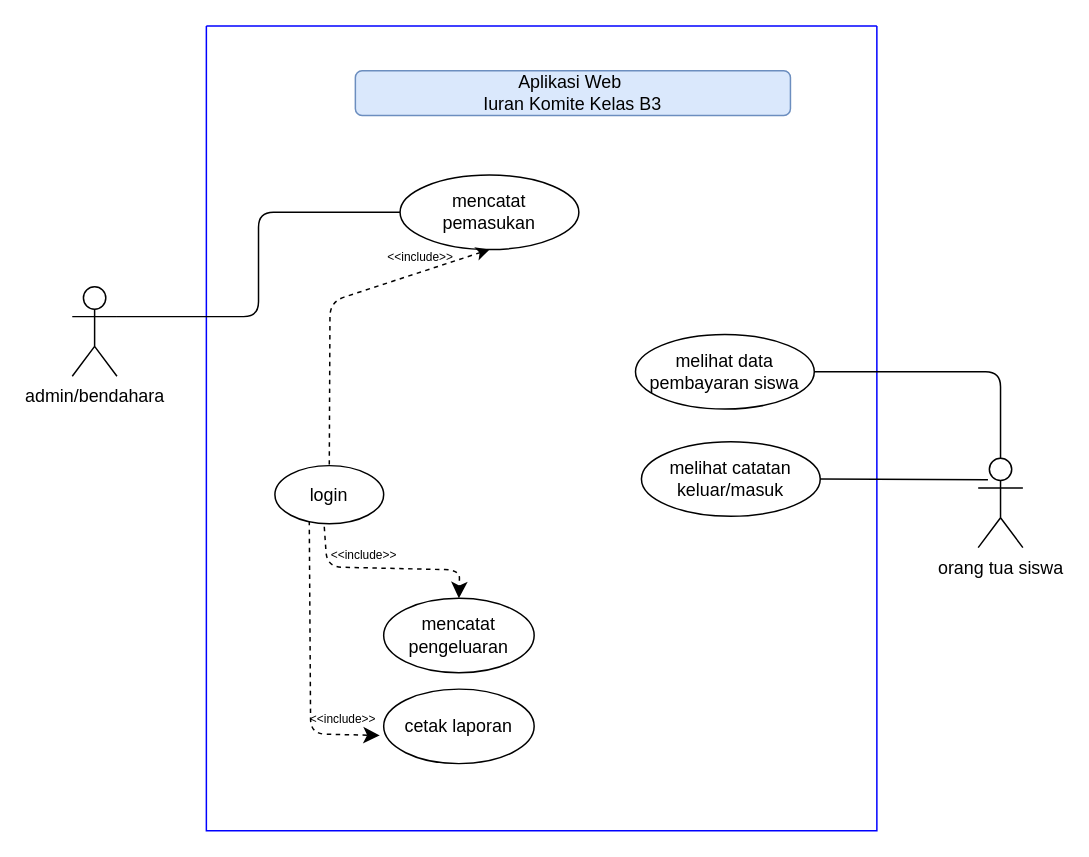
This is komite_al_adaby.drawio from eenattayani/desain, a draw.io file, before an edit. Source tidied: cells renumbered, new cells numbered last; positions are measured from the earlier drawing's top-left corner, leaving out a move shared by most shapes. Both pictures are drawn from the tidied source at 149%, with x=0, y=0 at pixel (72, 25).
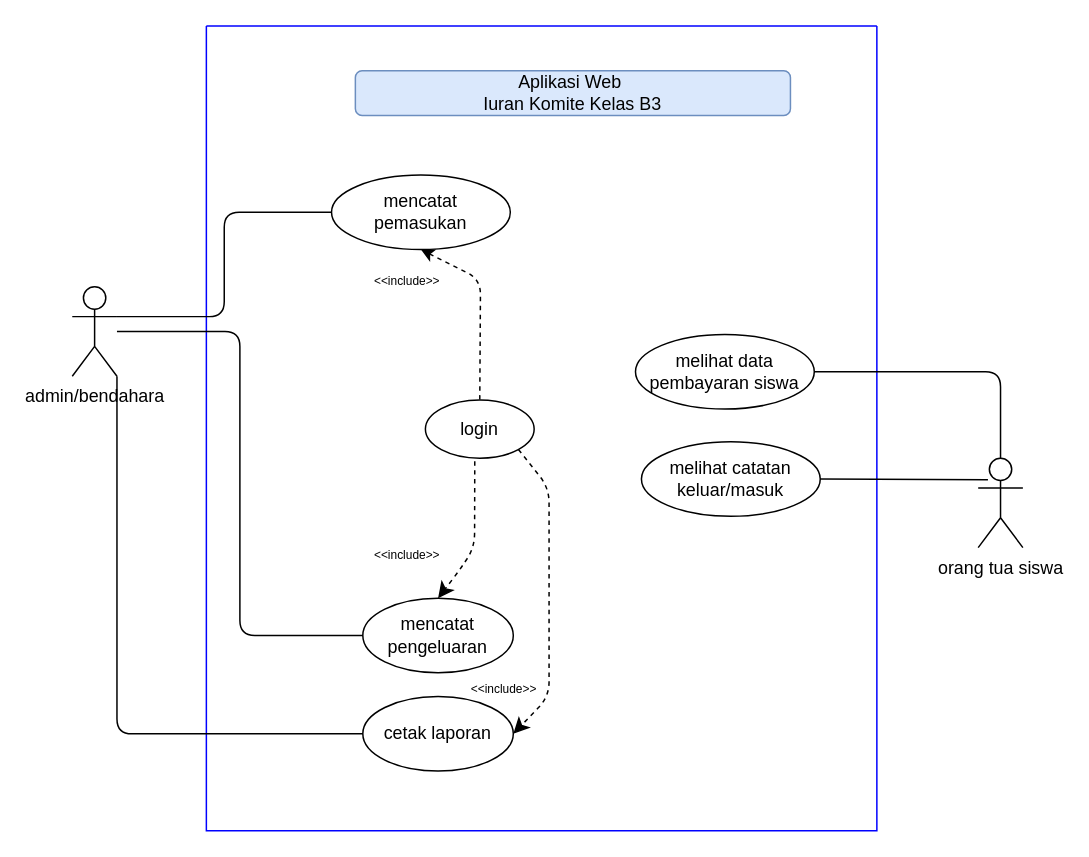
The same page after the edit.

The change refers to these unchanged cells:
```xml
<mxCell id="2" style="swimlane;startSize=0;fillColor=#fff2cc;strokeColor=#0000FF;" parent="1" vertex="1">
  <mxGeometry x="90" width="450" height="540" as="geometry" />
</mxCell>
<mxCell id="20" value="admin/bendahara" style="shape=umlActor;verticalLabelPosition=bottom;verticalAlign=top;html=1;outlineConnect=0;" parent="2" vertex="1">
  <mxGeometry x="-90" y="175" width="30" height="60" as="geometry" />
</mxCell>
```

The edit, as a diff of the source:
```diff
@@
-    <mxCell id="4" style="edgeStyle=none;curved=0;rounded=1;jettySize=auto;html=1;entryX=-0.026;entryY=0.622;entryDx=0;entryDy=0;fontSize=12;startSize=8;endSize=8;dashed=1;entryPerimeter=0;exitX=0.316;exitY=0.951;exitDx=0;exitDy=0;exitPerimeter=0;" parent="2" edge="1" source="5" target="17">
+    <mxCell id="4" style="edgeStyle=none;curved=0;rounded=1;jettySize=auto;html=1;entryX=1;entryY=0.5;entryDx=0;entryDy=0;fontSize=12;startSize=8;endSize=8;dashed=1;exitX=1;exitY=1;exitDx=0;exitDy=0;" parent="2" edge="1" source="5" target="17">
       <mxGeometry relative="1" as="geometry">
         <Array as="points">
-          <mxPoint x="70" y="475" />
+          <mxPoint x="230" y="310" />
+          <mxPoint x="230" y="450" />
         </Array>
       </mxGeometry>
     </mxCell>
     <mxCell id="5" value="login" style="ellipse;whiteSpace=wrap;html=1;" parent="2" vertex="1">
-      <mxGeometry x="46" y="295" width="73" height="39" as="geometry" />
+      <mxGeometry x="147" y="251" width="73" height="39" as="geometry" />
     </mxCell>
     <mxCell id="6" value="mencatat&lt;div&gt;pemasukan&lt;/div&gt;" style="ellipse;whiteSpace=wrap;html=1;" parent="2" vertex="1">
-      <mxGeometry x="130" y="100" width="120" height="50" as="geometry" />
+      <mxGeometry x="84" y="100" width="120" height="50" as="geometry" />
     </mxCell>
     <mxCell id="7" style="endArrow=none;dashed=1;html=1;rounded=1;exitX=0.5;exitY=1;exitDx=0;exitDy=0;entryX=0.5;entryY=0;entryDx=0;entryDy=0;startArrow=classic;startFill=1;curved=0;" parent="2" edge="1" source="6" target="5">
       <mxGeometry relative="1" as="geometry">
         <Array as="points">
-          <mxPoint x="83" y="185" />
+          <mxPoint x="184" y="170" />
         </Array>
       </mxGeometry>
     </mxCell>
     <mxCell id="8" value="&amp;lt;&amp;lt;include&amp;gt;&amp;gt;" style="text;html=1;align=center;verticalAlign=middle;whiteSpace=wrap;rounded=0;fontSize=8;" parent="2" vertex="1">
-      <mxGeometry x="114" y="150" width="60" height="10" as="geometry" />
+      <mxGeometry x="105" y="166" width="60" height="10" as="geometry" />
     </mxCell>
@@
     <mxCell id="14" value="mencatat pengeluaran" style="ellipse;whiteSpace=wrap;html=1;" parent="2" vertex="1">
-      <mxGeometry x="119" y="384" width="101" height="50" as="geometry" />
+      <mxGeometry x="105" y="384" width="101" height="50" as="geometry" />
     </mxCell>
     <mxCell id="15" style="edgeStyle=none;curved=0;rounded=1;jettySize=auto;html=1;entryX=0.5;entryY=0;entryDx=0;entryDy=0;fontSize=12;startSize=8;endSize=8;dashed=1;exitX=0.454;exitY=1.052;exitDx=0;exitDy=0;exitPerimeter=0;" parent="2" edge="1" source="5" target="14">
       <mxGeometry relative="1" as="geometry">
         <Array as="points">
-          <mxPoint x="81" y="363" />
+          <mxPoint x="180" y="350" />
           <mxPoint x="170" y="365" />
         </Array>
       </mxGeometry>
     </mxCell>
     <mxCell id="16" value="&amp;lt;&amp;lt;include&amp;gt;&amp;gt;" style="text;html=1;align=center;verticalAlign=middle;whiteSpace=wrap;rounded=0;fontSize=8;" parent="2" vertex="1">
-      <mxGeometry x="76" y="350" width="60" height="10" as="geometry" />
+      <mxGeometry x="105" y="350" width="60" height="10" as="geometry" />
     </mxCell>
     <mxCell id="17" value="cetak laporan" style="ellipse;whiteSpace=wrap;html=1;" parent="2" vertex="1">
-      <mxGeometry x="119" y="445" width="101" height="50" as="geometry" />
+      <mxGeometry x="105" y="450" width="101" height="50" as="geometry" />
     </mxCell>
     <mxCell id="18" value="&amp;lt;&amp;lt;include&amp;gt;&amp;gt;" style="text;html=1;align=center;verticalAlign=middle;whiteSpace=wrap;rounded=0;fontSize=8;" parent="2" vertex="1">
-      <mxGeometry x="62" y="460" width="60" height="10" as="geometry" />
+      <mxGeometry x="170" y="440" width="60" height="10" as="geometry" />
     </mxCell>
@@
+    <mxCell id="21" style="edgeStyle=orthogonalEdgeStyle;rounded=1;jettySize=auto;html=1;entryX=0;entryY=0.5;entryDx=0;entryDy=0;curved=0;endArrow=none;endFill=0;" parent="2" edge="1" source="20" target="14">
+      <mxGeometry relative="1" as="geometry" />
+    </mxCell>
+    <mxCell id="22" style="edgeStyle=orthogonalEdgeStyle;rounded=1;jettySize=auto;html=1;exitX=1;exitY=1;exitDx=0;exitDy=0;exitPerimeter=0;entryX=0;entryY=0.5;entryDx=0;entryDy=0;curved=0;endArrow=none;endFill=0;" parent="2" edge="1" source="20" target="17">
+      <mxGeometry relative="1" as="geometry" />
+    </mxCell>
```
